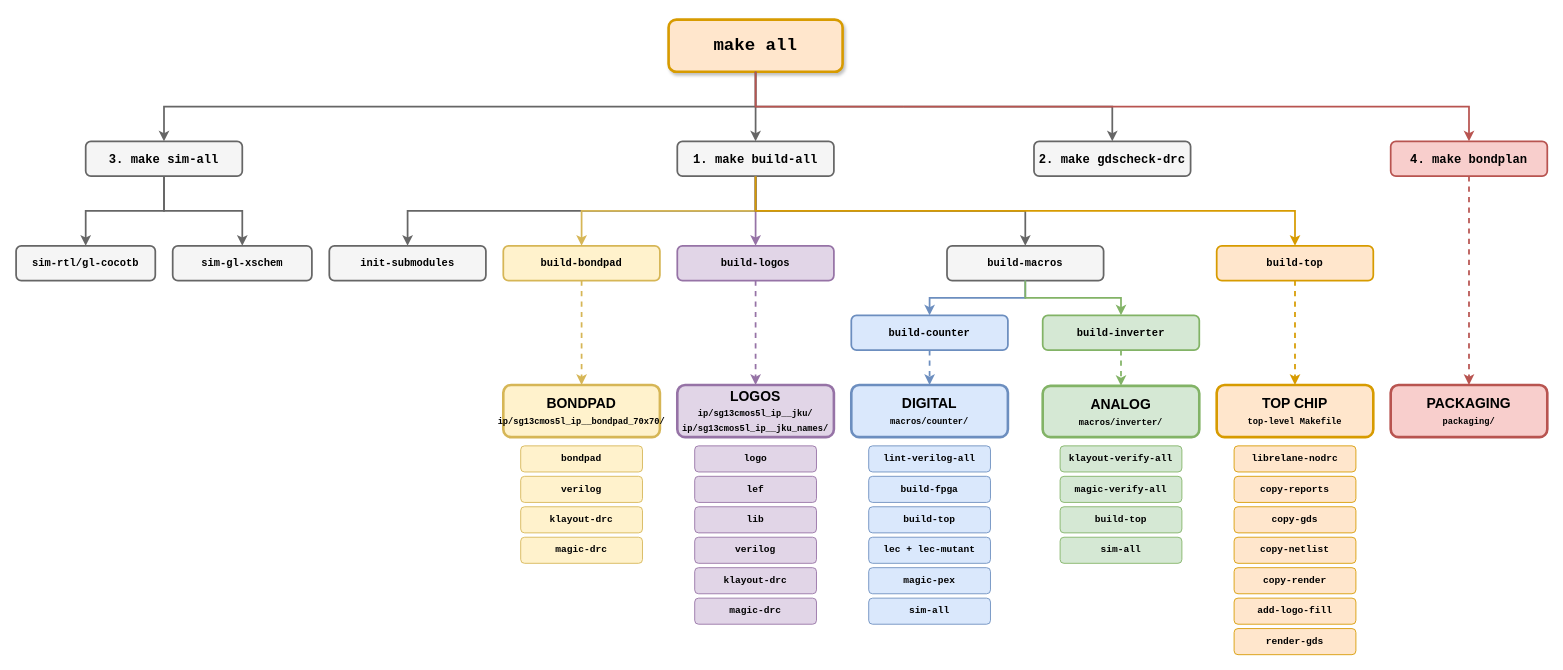
Above: tutorial/fig/targets_overview/targets_overview.drawio in iic-jku/ihp-sg13cmos5l-ams-chip-template (draw.io), before the change. Source tidied: cells renumbered, new cells numbered last; positions are measured from the earlier drawing's top-left corner, leaving out a move shared by most shapes. Both pictures are drawn from the tidied source at 87%, with x=0, y=0 at pixel (16, 19).
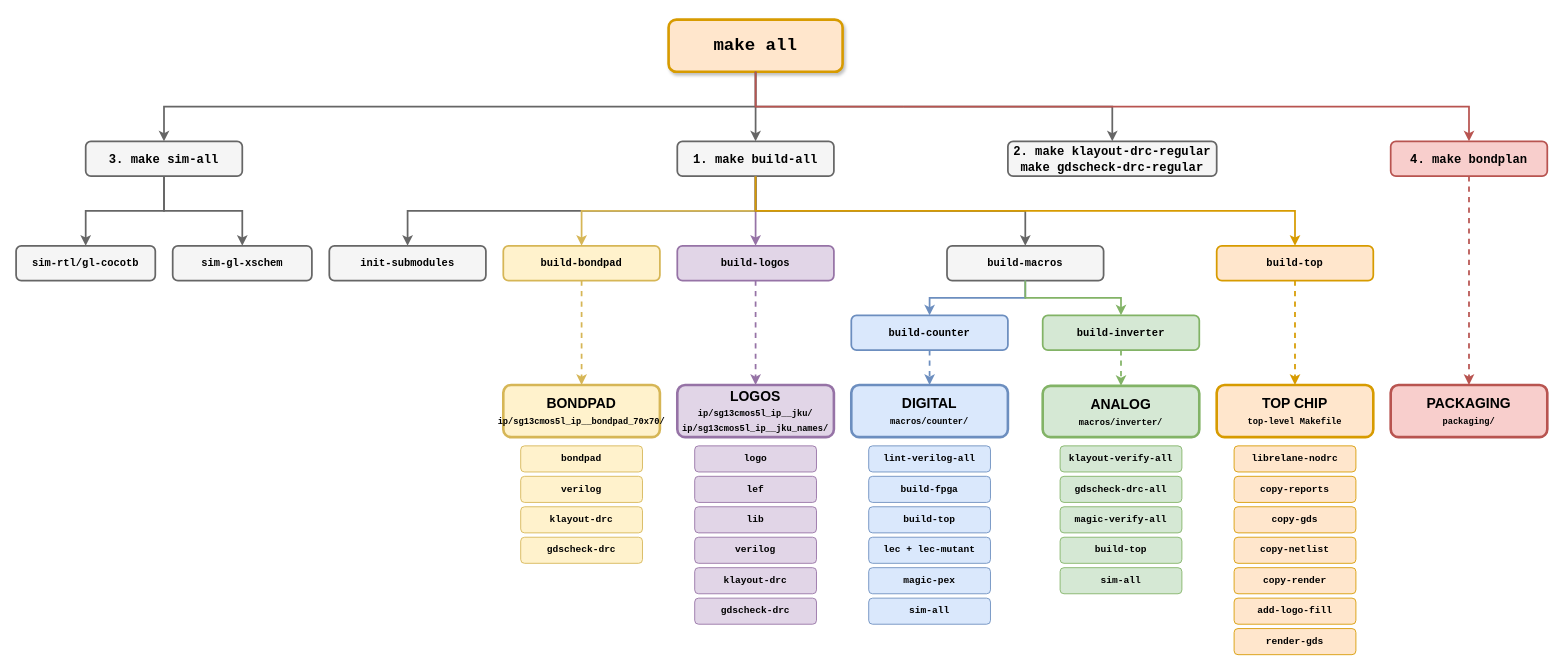
Above is the later version.

The edit, as a diff of the source:
```diff
@@
-    <mxCell id="5" value="&lt;font face=&quot;Courier New&quot;&gt;&lt;b&gt;2. make gdscheck-drc&lt;/b&gt;&lt;/font&gt;" style="rounded=1;whiteSpace=wrap;html=1;fontSize=14;fillColor=#f5f5f5;strokeColor=#666666;strokeWidth=2;fontStyle=1;verticalAlign=middle;sketch=0;" parent="1" vertex="1">
-      <mxGeometry x="1170" y="140" width="180" height="40" as="geometry" />
+    <mxCell id="5" value="&lt;font face=&quot;Courier New&quot;&gt;&lt;b&gt;2. make klayout-drc-regular&lt;br&gt;make gdscheck-drc-regular&lt;/b&gt;&lt;/font&gt;" style="rounded=1;whiteSpace=wrap;html=1;fontSize=14;fillColor=#f5f5f5;strokeColor=#666666;strokeWidth=2;fontStyle=1;verticalAlign=middle;sketch=0;" parent="1" vertex="1">
+      <mxGeometry x="1140" y="140" width="240" height="40" as="geometry" />
     </mxCell>
@@
-    <mxCell id="25" value="&lt;font face=&quot;Courier New&quot; style=&quot;font-size: 11px;&quot;&gt;&lt;b&gt;magic-drc&lt;/b&gt;&lt;/font&gt;" style="rounded=1;whiteSpace=wrap;html=1;fontSize=11;fillColor=#fff2cc;strokeColor=#d6b656;strokeWidth=1;fontStyle=0;verticalAlign=middle;sketch=0;" parent="1" vertex="1">
+    <mxCell id="25" value="&lt;font face=&quot;Courier New&quot; style=&quot;font-size: 11px;&quot;&gt;&lt;b&gt;gdscheck-drc&lt;/b&gt;&lt;/font&gt;" style="rounded=1;whiteSpace=wrap;html=1;fontSize=11;fillColor=#fff2cc;strokeColor=#d6b656;strokeWidth=1;fontStyle=0;verticalAlign=middle;sketch=0;" parent="1" vertex="1">
       <mxGeometry x="580" y="595" width="140" height="30" as="geometry" />
     </mxCell>
@@
-    <mxCell id="31" value="&lt;font face=&quot;Courier New&quot; style=&quot;font-size: 11px;&quot;&gt;&lt;b&gt;magic-drc&lt;/b&gt;&lt;/font&gt;" style="rounded=1;whiteSpace=wrap;html=1;fontSize=11;fillColor=#e1d5e7;strokeColor=#9673a6;strokeWidth=1;fontStyle=0;verticalAlign=middle;sketch=0;" parent="1" vertex="1">
+    <mxCell id="31" value="&lt;font face=&quot;Courier New&quot; style=&quot;font-size: 11px;&quot;&gt;&lt;b&gt;gdscheck-drc&lt;/b&gt;&lt;/font&gt;" style="rounded=1;whiteSpace=wrap;html=1;fontSize=11;fillColor=#e1d5e7;strokeColor=#9673a6;strokeWidth=1;fontStyle=0;verticalAlign=middle;sketch=0;" parent="1" vertex="1">
       <mxGeometry x="780" y="665" width="140" height="30" as="geometry" />
     </mxCell>
@@
+    <mxCell id="68" value="&lt;font face=&quot;Courier New&quot; style=&quot;font-size: 11px;&quot;&gt;&lt;b&gt;gdscheck-drc-all&lt;/b&gt;&lt;/font&gt;" style="rounded=1;whiteSpace=wrap;html=1;fontSize=11;fillColor=#d5e8d4;strokeColor=#82b366;strokeWidth=1;fontStyle=0;verticalAlign=middle;sketch=0;" parent="1" vertex="1">
+      <mxGeometry x="1200" y="525" width="140" height="30" as="geometry" />
+    </mxCell>
     <mxCell id="39" value="&lt;font face=&quot;Courier New&quot; style=&quot;font-size: 11px;&quot;&gt;&lt;b&gt;magic-verify-all&lt;/b&gt;&lt;/font&gt;" style="rounded=1;whiteSpace=wrap;html=1;fontSize=11;fillColor=#d5e8d4;strokeColor=#82b366;strokeWidth=1;fontStyle=0;verticalAlign=middle;sketch=0;" parent="1" vertex="1">
-      <mxGeometry x="1200" y="525" width="140" height="30" as="geometry" />
+      <mxGeometry x="1200" y="560" width="140" height="30" as="geometry" />
     </mxCell>
     <mxCell id="40" value="&lt;font face=&quot;Courier New&quot; style=&quot;font-size: 11px;&quot;&gt;&lt;b&gt;build-top&lt;/b&gt;&lt;/font&gt;" style="rounded=1;whiteSpace=wrap;html=1;fontSize=11;fillColor=#d5e8d4;strokeColor=#82b366;strokeWidth=1;fontStyle=0;verticalAlign=middle;sketch=0;" parent="1" vertex="1">
-      <mxGeometry x="1200" y="560" width="140" height="30" as="geometry" />
+      <mxGeometry x="1200" y="595" width="140" height="30" as="geometry" />
     </mxCell>
     <mxCell id="41" value="&lt;font face=&quot;Courier New&quot; style=&quot;font-size: 11px;&quot;&gt;&lt;b&gt;sim-all&lt;/b&gt;&lt;/font&gt;" style="rounded=1;whiteSpace=wrap;html=1;fontSize=11;fillColor=#d5e8d4;strokeColor=#82b366;strokeWidth=1;fontStyle=0;verticalAlign=middle;sketch=0;" parent="1" vertex="1">
-      <mxGeometry x="1200" y="595" width="140" height="30" as="geometry" />
+      <mxGeometry x="1200" y="630" width="140" height="30" as="geometry" />
     </mxCell>
```
